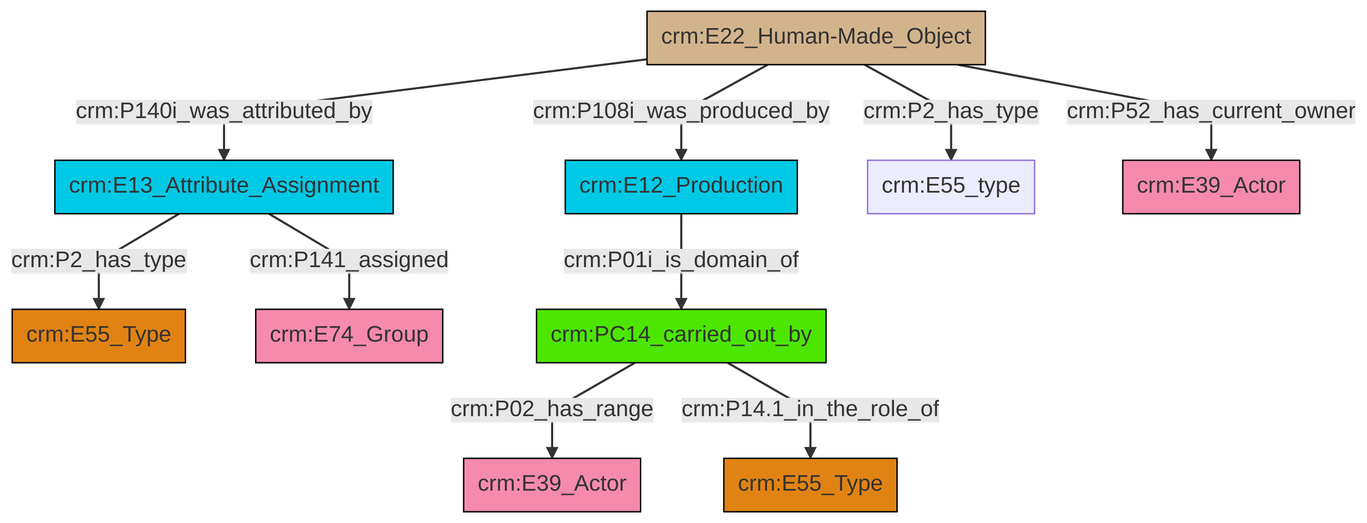
Before: et/builtWorkCSV/ttl/mmd/png/Built_Work_actor_relations.png, a diagram exported from Mermaid (swiss-art-research-net/reference-data-models). Its source is kept beside it as et/builtWorkCSV/ttl/mmd/Built_Work_actor_relations.ttl.mmd.
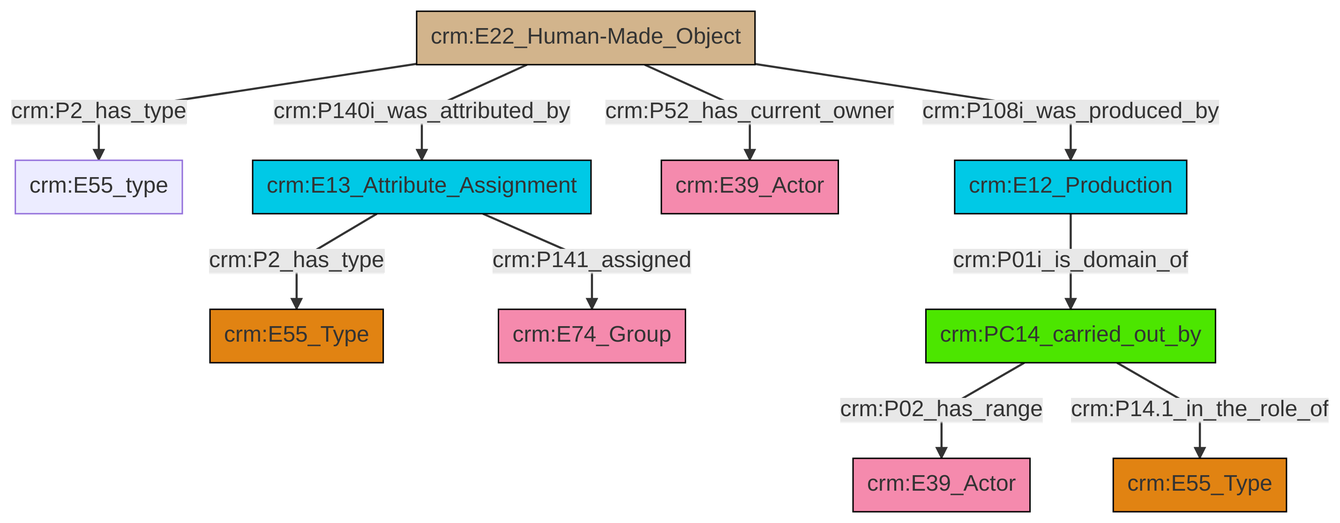
The same diagram one commit later.

Diff of the diagram source:
```diff
@@ -13,12 +13,12 @@
 classDef PC_Classes fill:#4ce600, stroke:#000000;
 classDef Multi fill:#cccccc,stroke:#000000;
 
-0["crm:E13_Attribute_Assignment"]:::Temporal_Entity -->|crm:P2_has_type| 1["crm:E55_Type"]:::Type
-3["crm:E22_Human-Made_Object"]:::Physical_Thing -->|crm:P140i_was_attributed_by| 0["crm:E13_Attribute_Assignment"]:::Temporal_Entity
-3["crm:E22_Human-Made_Object"]:::Physical_Thing -->|crm:P108i_was_produced_by| 4["crm:E12_Production"]:::Temporal_Entity
-0["crm:E13_Attribute_Assignment"]:::Temporal_Entity -->|crm:P141_assigned| 7["crm:E74_Group"]:::Actor
-9["crm:PC14_carried_out_by"]:::PC_Classes -->|crm:P02_has_range| 10["crm:E39_Actor"]:::Actor
-9["crm:PC14_carried_out_by"]:::PC_Classes -->|crm:P14.1_in_the_role_of| 5["crm:E55_Type"]:::Type
-3["crm:E22_Human-Made_Object"]:::Physical_Thing -->|crm:P52_has_current_owner| 17["crm:E39_Actor"]:::Actor
-4["crm:E12_Production"]:::Temporal_Entity -->|crm:P01i_is_domain_of| 9["crm:PC14_carried_out_by"]:::PC_Classes
-3["crm:E22_Human-Made_Object"]:::Physical_Thing -->|crm:P2_has_type| 12["crm:E55_type"]:::Default
+6["crm:E12_Production"]:::Temporal_Entity -->|crm:P01i_is_domain_of| 7["crm:PC14_carried_out_by"]:::PC_Classes
+12["crm:E22_Human-Made_Object"]:::Physical_Thing -->|crm:P2_has_type| 13["crm:E55_type"]:::Default
+0["crm:E13_Attribute_Assignment"]:::Temporal_Entity -->|crm:P2_has_type| 8["crm:E55_Type"]:::Type
+7["crm:PC14_carried_out_by"]:::PC_Classes -->|crm:P02_has_range| 10["crm:E39_Actor"]:::Actor
+12["crm:E22_Human-Made_Object"]:::Physical_Thing -->|crm:P140i_was_attributed_by| 0["crm:E13_Attribute_Assignment"]:::Temporal_Entity
+12["crm:E22_Human-Made_Object"]:::Physical_Thing -->|crm:P52_has_current_owner| 16["crm:E39_Actor"]:::Actor
+7["crm:PC14_carried_out_by"]:::PC_Classes -->|crm:P14.1_in_the_role_of| 4["crm:E55_Type"]:::Type
+12["crm:E22_Human-Made_Object"]:::Physical_Thing -->|crm:P108i_was_produced_by| 6["crm:E12_Production"]:::Temporal_Entity
+0["crm:E13_Attribute_Assignment"]:::Temporal_Entity -->|crm:P141_assigned| 2["crm:E74_Group"]:::Actor
```
